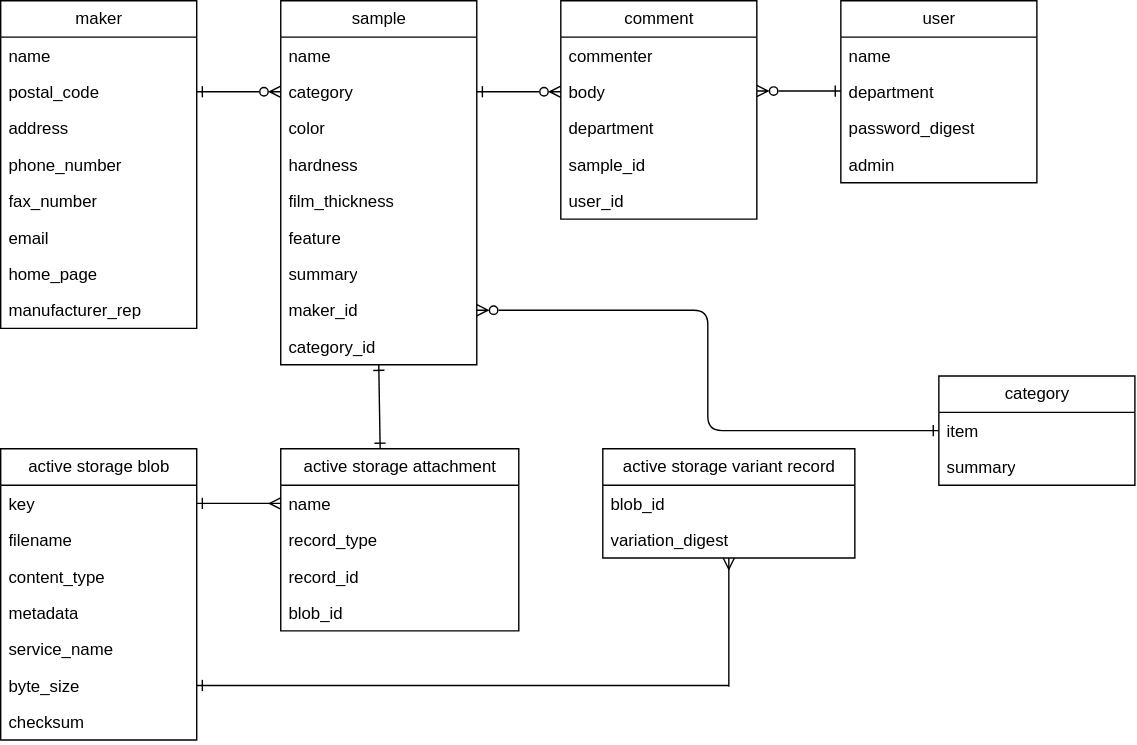
This is entity_relationship_diagram/er_diagram.drawio.svg from harutoreon/surface-treatment-manager, a draw.io export, as it was before one commit. Source tidied: cells renumbered, new cells last; positions are measured from the earlier drawing's top-left corner, leaving out a move shared by most shapes.
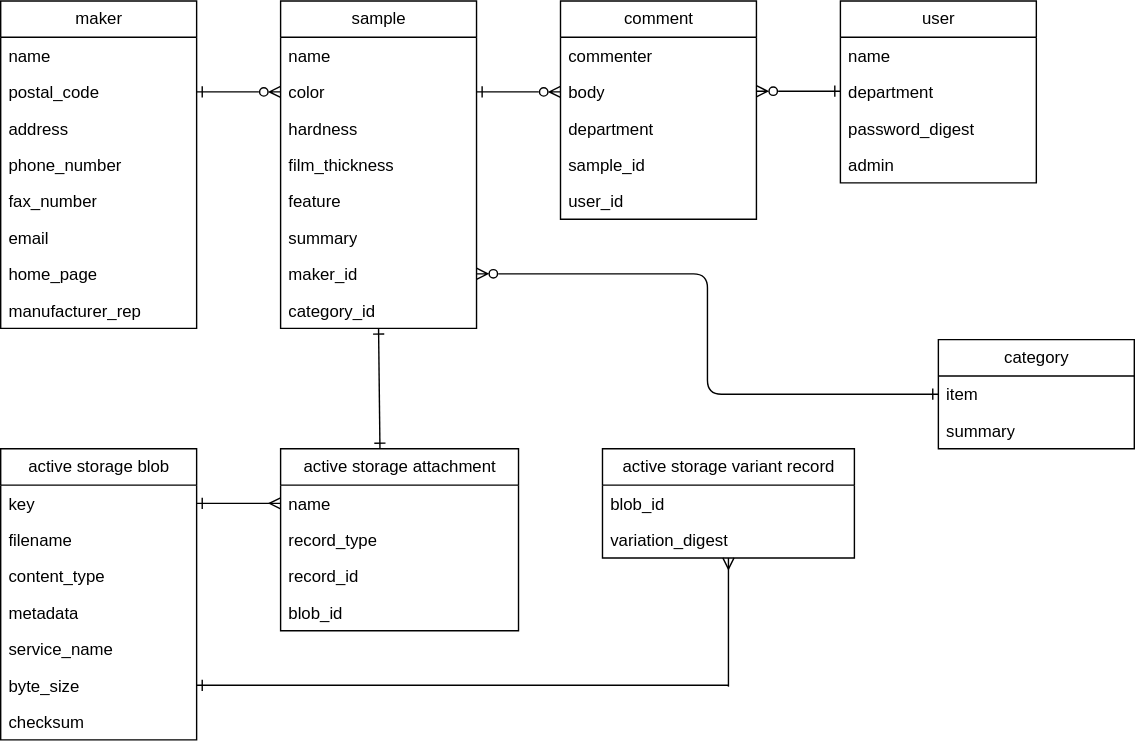
The same diagram one commit later.

Diff of the diagram source:
```diff
@@ -30,34 +30,31 @@
       <mxGeometry y="208" width="140" height="26" as="geometry" />
     </mxCell>
     <mxCell id="11" value="&lt;span style=&quot;font-weight: normal;&quot;&gt;sample&lt;/span&gt;" style="swimlane;fontStyle=1;horizontal=1;startSize=26;fillColor=none;html=1;" parent="1" vertex="1">
-      <mxGeometry x="200" width="140" height="260" as="geometry" />
+      <mxGeometry x="200" width="140" height="234" as="geometry" />
     </mxCell>
     <mxCell id="12" value="name" style="text;strokeColor=none;fillColor=none;align=left;verticalAlign=top;spacingLeft=4;spacingRight=4;overflow=hidden;whiteSpace=wrap;html=1;" parent="11" vertex="1">
       <mxGeometry y="26" width="140" height="26" as="geometry" />
     </mxCell>
-    <mxCell id="13" value="category" style="text;strokeColor=none;fillColor=none;align=left;verticalAlign=top;spacingLeft=4;spacingRight=4;overflow=hidden;points=[[0,0.5],[1,0.5]];portConstraint=eastwest;whiteSpace=wrap;html=1;" parent="11" vertex="1">
-      <mxGeometry y="52" width="140" height="26" as="geometry" />
-    </mxCell>
     <mxCell id="14" value="color" style="text;strokeColor=none;fillColor=none;align=left;verticalAlign=top;spacingLeft=4;spacingRight=4;overflow=hidden;whiteSpace=wrap;html=1;" parent="11" vertex="1">
-      <mxGeometry y="78" width="140" height="26" as="geometry" />
+      <mxGeometry y="52" width="140" height="26" as="geometry" />
     </mxCell>
     <mxCell id="15" value="hardness" style="text;strokeColor=none;fillColor=none;align=left;verticalAlign=top;spacingLeft=4;spacingRight=4;overflow=hidden;whiteSpace=wrap;html=1;" parent="11" vertex="1">
-      <mxGeometry y="104" width="140" height="26" as="geometry" />
+      <mxGeometry y="78" width="140" height="26" as="geometry" />
     </mxCell>
     <mxCell id="16" value="film_thickness" style="text;strokeColor=none;fillColor=none;align=left;verticalAlign=top;spacingLeft=4;spacingRight=4;overflow=hidden;whiteSpace=wrap;html=1;" parent="11" vertex="1">
-      <mxGeometry y="130" width="140" height="26" as="geometry" />
+      <mxGeometry y="104" width="140" height="26" as="geometry" />
     </mxCell>
     <mxCell id="17" value="feature" style="text;strokeColor=none;fillColor=none;align=left;verticalAlign=top;spacingLeft=4;spacingRight=4;overflow=hidden;whiteSpace=wrap;html=1;" parent="11" vertex="1">
-      <mxGeometry y="156" width="140" height="26" as="geometry" />
+      <mxGeometry y="130" width="140" height="26" as="geometry" />
     </mxCell>
     <mxCell id="18" value="summary" style="text;strokeColor=none;fillColor=none;align=left;verticalAlign=top;spacingLeft=4;spacingRight=4;overflow=hidden;whiteSpace=wrap;html=1;" parent="11" vertex="1">
-      <mxGeometry y="182" width="140" height="26" as="geometry" />
+      <mxGeometry y="156" width="140" height="26" as="geometry" />
     </mxCell>
     <mxCell id="19" value="maker_id" style="text;strokeColor=none;fillColor=none;align=left;verticalAlign=top;spacingLeft=4;spacingRight=4;overflow=hidden;points=[[0,0.5],[1,0.5]];portConstraint=eastwest;whiteSpace=wrap;html=1;" parent="11" vertex="1">
-      <mxGeometry y="208" width="140" height="26" as="geometry" />
+      <mxGeometry y="182" width="140" height="26" as="geometry" />
     </mxCell>
     <mxCell id="20" value="category_id" style="text;strokeColor=none;fillColor=none;align=left;verticalAlign=top;spacingLeft=4;spacingRight=4;overflow=hidden;points=[[0,0.5],[1,0.5]];portConstraint=eastwest;whiteSpace=wrap;html=1;" parent="11" vertex="1">
-      <mxGeometry y="234" width="140" height="26" as="geometry" />
+      <mxGeometry y="208" width="140" height="26" as="geometry" />
     </mxCell>
     <mxCell id="21" value="&lt;span style=&quot;font-weight: normal;&quot;&gt;comment&lt;/span&gt;" style="swimlane;fontStyle=1;horizontal=1;startSize=26;fillColor=none;html=1;" parent="1" vertex="1">
       <mxGeometry x="400" width="140" height="156" as="geometry" />
@@ -77,11 +74,15 @@
     <mxCell id="26" value="user_id" style="text;strokeColor=none;fillColor=none;align=left;verticalAlign=top;spacingLeft=4;spacingRight=4;overflow=hidden;whiteSpace=wrap;html=1;" parent="21" vertex="1">
       <mxGeometry y="130" width="140" height="26" as="geometry" />
     </mxCell>
-    <mxCell id="27" style="edgeStyle=none;html=1;exitX=1;exitY=0.5;exitDx=0;exitDy=0;entryX=0;entryY=0.5;entryDx=0;entryDy=0;startArrow=ERone;startFill=0;endArrow=ERzeroToMany;endFill=0;" parent="1" edge="1" source="13" target="23">
-      <mxGeometry relative="1" as="geometry" />
+    <mxCell id="27" style="edgeStyle=none;html=1;exitX=1;exitY=0.5;exitDx=0;exitDy=0;entryX=0;entryY=0.5;entryDx=0;entryDy=0;startArrow=ERone;startFill=0;endArrow=ERzeroToMany;endFill=0;" parent="1" edge="1" target="23">
+      <mxGeometry relative="1" as="geometry">
+        <mxPoint x="340" y="65" as="sourcePoint" />
+      </mxGeometry>
     </mxCell>
-    <mxCell id="28" style="edgeStyle=none;html=1;exitX=1;exitY=0.5;exitDx=0;exitDy=0;entryX=0;entryY=0.5;entryDx=0;entryDy=0;startArrow=ERone;startFill=0;endArrow=ERzeroToMany;endFill=0;" parent="1" edge="1" source="4" target="13">
-      <mxGeometry relative="1" as="geometry" />
+    <mxCell id="28" style="edgeStyle=none;html=1;exitX=1;exitY=0.5;exitDx=0;exitDy=0;entryX=0;entryY=0.5;entryDx=0;entryDy=0;startArrow=ERone;startFill=0;endArrow=ERzeroToMany;endFill=0;" parent="1" edge="1" source="4">
+      <mxGeometry relative="1" as="geometry">
+        <mxPoint x="200" y="65" as="targetPoint" />
+      </mxGeometry>
     </mxCell>
     <mxCell id="29" value="active storage attachment" style="swimlane;fontStyle=0;horizontal=1;startSize=26;fillColor=none;html=1;" parent="1" vertex="1">
       <mxGeometry x="200" y="320" width="170" height="130" as="geometry" />
@@ -171,7 +172,7 @@
       </mxGeometry>
     </mxCell>
     <mxCell id="55" value="category" style="swimlane;fontStyle=0;horizontal=1;startSize=26;fillColor=none;html=1;" parent="1" vertex="1">
-      <mxGeometry x="670" y="268" width="140" height="78" as="geometry" />
+      <mxGeometry x="670" y="242" width="140" height="78" as="geometry" />
     </mxCell>
     <mxCell id="56" value="item" style="text;strokeColor=none;fillColor=none;align=left;verticalAlign=top;spacingLeft=4;spacingRight=4;overflow=hidden;points=[[0,0.5],[1,0.5]];portConstraint=eastwest;whiteSpace=wrap;html=1;" parent="55" vertex="1">
       <mxGeometry y="26" width="140" height="26" as="geometry" />
```
